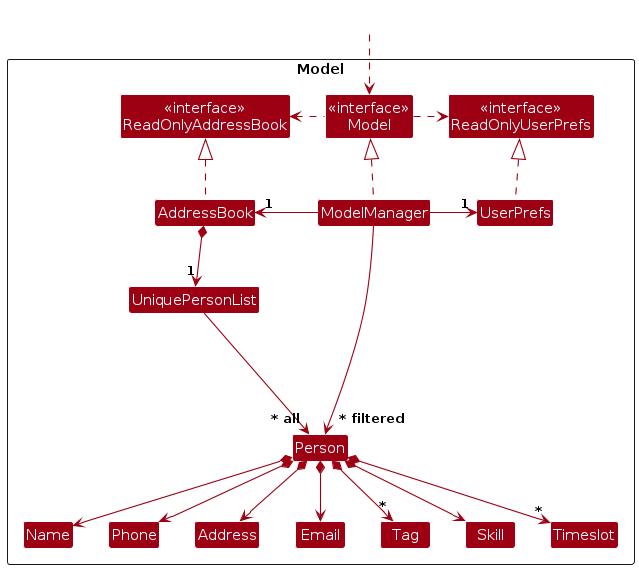
Before: diagrams/ModelClassDiagram.png, a diagram exported from PlantUML (AY2526S2-CS2103-F11-3/tp). Its source is kept beside it as diagrams/ModelClassDiagram.puml.
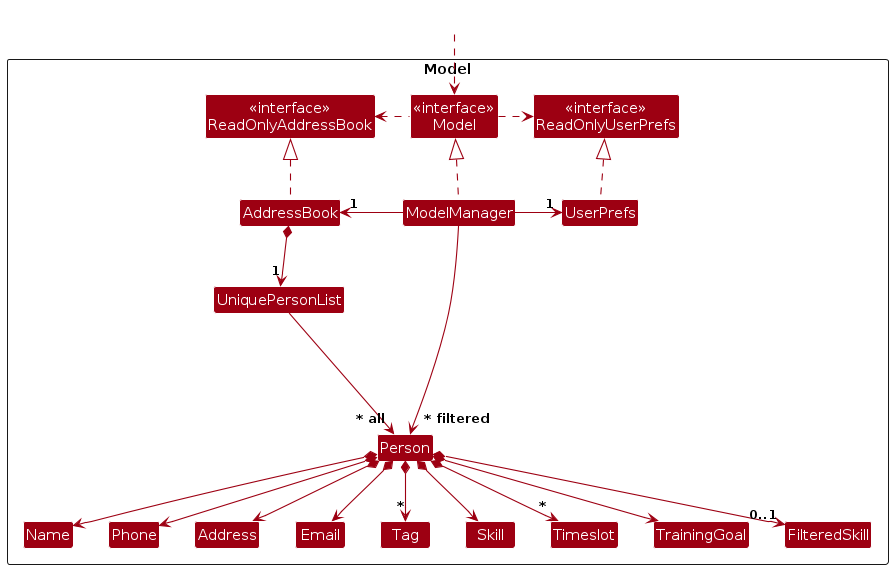
Later version of the same file.

The edit, as a diff of the source:
```diff
@@ -21,6 +21,8 @@
 Class Tag
 Class Skill
 Class Timeslot
+Class TrainingGoal
+Class FilteredSkill
 
 Class I #FFFFFF
 }
@@ -46,6 +48,8 @@
 Person *--> "*" Tag
 Person *--> Skill
 Person *--> "*" Timeslot
+Person *--> TrainingGoal
+Person *--> "0..1" FilteredSkill
 
 Person -[hidden]up--> I
 UniquePersonList -[hidden]right-> I
```
